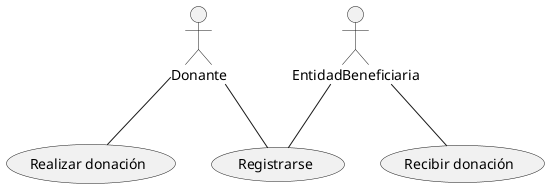
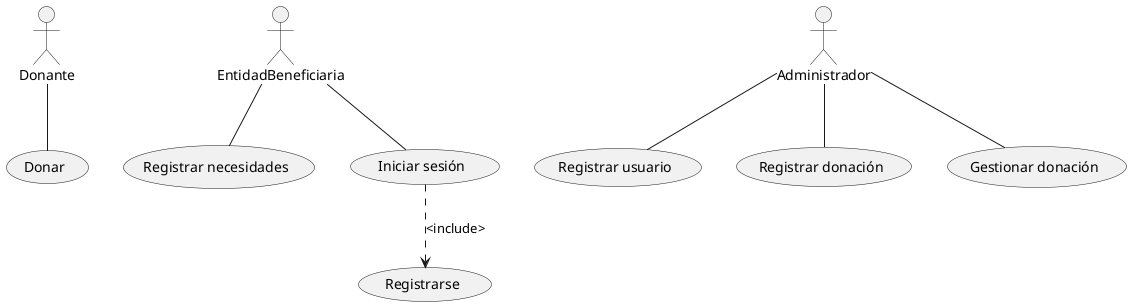
@startuml
- 'FALTA TERMINAR'

actor Donante
actor EntidadBeneficiaria
+ actor Administrador

- (Realizar donación)
+ (Donar)
+ (Registrar usuario)
+ (Registrar necesidades)
+ (Registrar donación)
(Registrarse)
- (Recibir donación)
+ (Iniciar sesión)
+ (Gestionar donación)

- Donante -- (Realizar donación)
- Donante -- (Registrarse)
- EntidadBeneficiaria -- (Registrarse)
- EntidadBeneficiaria -- (Recibir donación)
+ Donante -- (Donar)
+ EntidadBeneficiaria -- (Registrar necesidades)
+ EntidadBeneficiaria -- (Iniciar sesión)
+ Administrador -- (Registrar usuario)
+ Administrador -- (Registrar donación)
+ Administrador -- (Gestionar donación)
+ 
+ (Iniciar sesión) ..> (Registrarse): <include>

@enduml